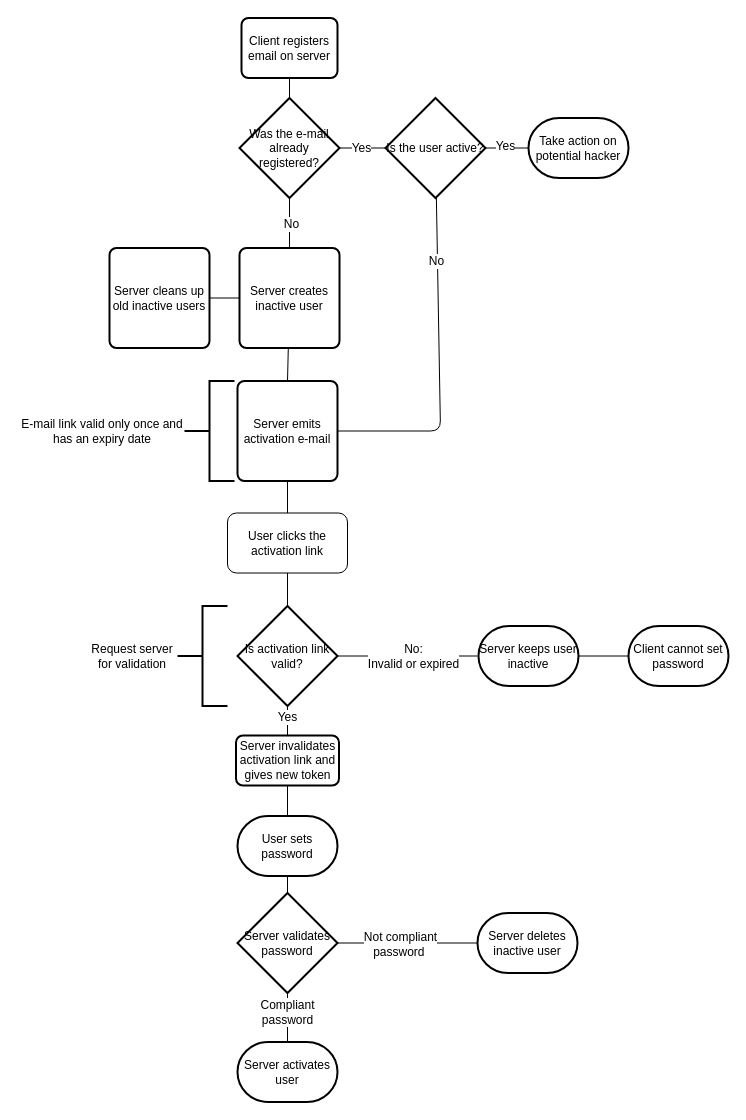
Earlier version of the draw.io diagram features/Authentication/img/UserRegistration.drawio (shopozor/saleor-backend). Source tidied: cells renumbered, new cells numbered last; positions are measured from the earlier drawing's top-left corner, leaving out a move shared by most shapes. Both pictures are drawn from the tidied source at 100%, with x=0, y=0 at pixel (17, 17).
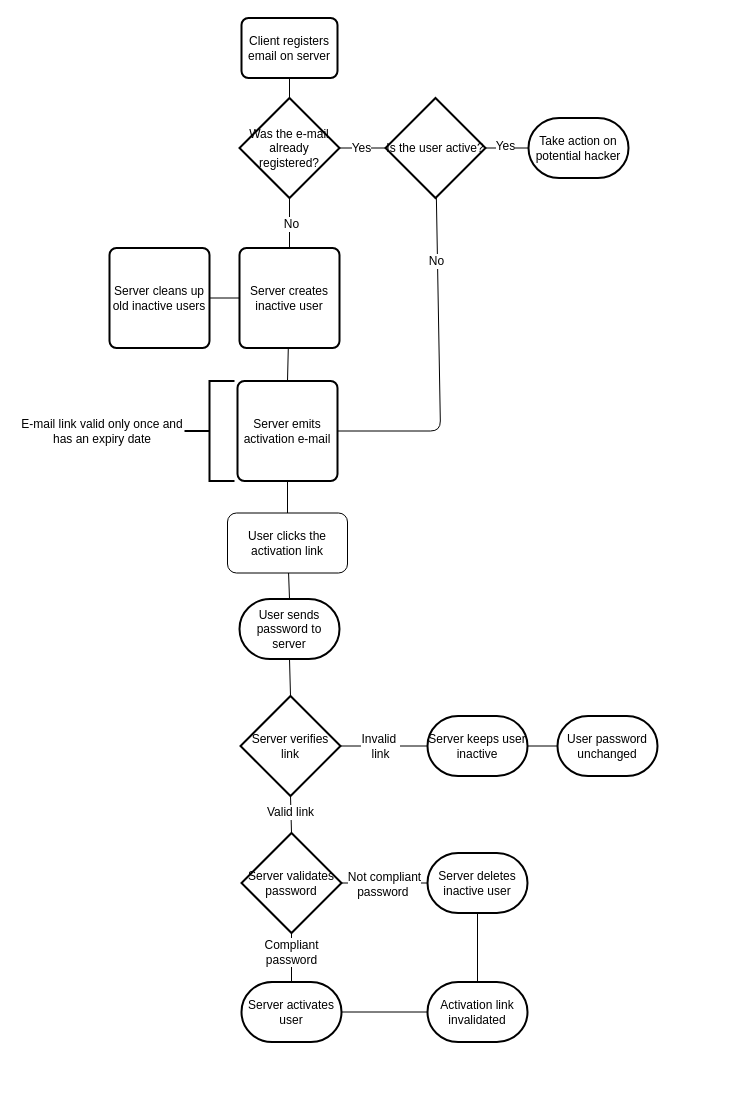
After the change.

Commit message:
Simplify flow chart

The change refers to these unchanged cells:
```xml
<mxCell id="6" value="User clicks the activation link" style="rounded=1;whiteSpace=wrap;html=1;" parent="1" vertex="1">
  <mxGeometry x="210" y="495.5" width="120" height="60" as="geometry" />
</mxCell>
<mxCell id="19" style="endArrow=none;html=1;entryX=0;entryY=0.5;entryDx=0;entryDy=0;entryPerimeter=0;exitX=1;exitY=0.5;exitDx=0;exitDy=0;exitPerimeter=0;" parent="1" edge="1" source="15" target="16">
  <mxGeometry relative="1" as="geometry" />
</mxCell>
```

The edit, as a diff of the source:
```diff
@@
-    <mxCell id="8" value="Is activation link valid?" style="strokeWidth=2;html=1;shape=mxgraph.flowchart.decision;whiteSpace=wrap;" parent="1" vertex="1">
-      <mxGeometry x="220" y="588.5" width="100" height="100" as="geometry" />
+    <mxCell id="8" value="Server verifies link" style="strokeWidth=2;html=1;shape=mxgraph.flowchart.decision;whiteSpace=wrap;" parent="1" vertex="1">
+      <mxGeometry x="223" y="678.5" width="100" height="100" as="geometry" />
     </mxCell>
-    <mxCell id="9" style="endArrow=none;html=1;entryX=0.5;entryY=1;entryDx=0;entryDy=0;exitX=0.5;exitY=0;exitDx=0;exitDy=0;exitPerimeter=0;" parent="1" edge="1" source="8" target="6">
-      <mxGeometry relative="1" as="geometry" />
-    </mxCell>
-    <mxCell id="10" value="User sets password" style="strokeWidth=2;html=1;shape=mxgraph.flowchart.terminator;whiteSpace=wrap;" parent="1" vertex="1">
-      <mxGeometry x="220" y="798.5" width="100" height="60" as="geometry" />
+    <mxCell id="10" value="User sends password to server" style="strokeWidth=2;html=1;shape=mxgraph.flowchart.terminator;whiteSpace=wrap;" parent="1" vertex="1">
+      <mxGeometry x="222" y="581.5" width="100" height="60" as="geometry" />
     </mxCell>
-    <mxCell id="11" style="endArrow=none;html=1;exitX=1;exitY=0.5;exitDx=0;exitDy=0;exitPerimeter=0;entryX=0;entryY=0.5;entryDx=0;entryDy=0;entryPerimeter=0;" parent="1" edge="1" source="8">
-      <mxGeometry relative="1" as="geometry">
-        <mxPoint x="460" y="638.5" as="targetPoint" />
-      </mxGeometry>
+    <mxCell id="11" style="endArrow=none;html=1;exitX=1;exitY=0.5;exitDx=0;exitDy=0;exitPerimeter=0;entryX=0;entryY=0.5;entryDx=0;entryDy=0;entryPerimeter=0;" parent="1" edge="1" source="8" target="25">
+      <mxGeometry relative="1" as="geometry" />
     </mxCell>
-    <mxCell id="12" value="No:&lt;br&gt;Invalid or expired&lt;br&gt;" style="text;html=1;align=center;verticalAlign=middle;labelBackgroundColor=#ffffff;" parent="11" vertex="1">
+    <mxCell id="12" value="Invalid&amp;nbsp;&lt;br&gt;link&lt;br&gt;" style="text;html=1;align=center;verticalAlign=middle;labelBackgroundColor=#ffffff;" parent="11" vertex="1">
       <mxGeometry x="-0.13" y="-3" relative="1" as="geometry">
-        <mxPoint x="14" y="-3" as="offset" />
+        <mxPoint x="1" y="-3" as="offset" />
       </mxGeometry>
     </mxCell>
-    <mxCell id="13" style="endArrow=none;html=1;entryX=0.5;entryY=1;entryDx=0;entryDy=0;entryPerimeter=0;exitX=0.5;exitY=0;exitDx=0;exitDy=0;" parent="1" edge="1" source="44" target="8">
+    <mxCell id="13" style="endArrow=none;html=1;entryX=0.5;entryY=1;entryDx=0;entryDy=0;entryPerimeter=0;exitX=0.5;exitY=0;exitDx=0;exitDy=0;exitPerimeter=0;" parent="1" edge="1" source="15" target="8">
       <mxGeometry relative="1" as="geometry" />
     </mxCell>
-    <mxCell id="14" value="Yes" style="text;html=1;align=center;verticalAlign=middle;labelBackgroundColor=#ffffff;" parent="13" vertex="1">
+    <mxCell id="14" value="Valid link" style="text;html=1;align=center;verticalAlign=middle;labelBackgroundColor=#ffffff;" parent="13" vertex="1">
       <mxGeometry x="-0.51" y="-3" relative="1" as="geometry">
         <mxPoint x="-4" y="-12" as="offset" />
       </mxGeometry>
     </mxCell>
     <mxCell id="15" value="Server validates password" style="strokeWidth=2;html=1;shape=mxgraph.flowchart.decision;whiteSpace=wrap;" parent="1" vertex="1">
-      <mxGeometry x="220" y="875.5" width="100" height="100" as="geometry" />
+      <mxGeometry x="224" y="815.5" width="100" height="100" as="geometry" />
     </mxCell>
     <mxCell id="16" value="Server deletes inactive user" style="strokeWidth=2;html=1;shape=mxgraph.flowchart.terminator;whiteSpace=wrap;" parent="1" vertex="1">
-      <mxGeometry x="460" y="895.5" width="100" height="60" as="geometry" />
+      <mxGeometry x="410" y="835.5" width="100" height="60" as="geometry" />
     </mxCell>
     <mxCell id="17" value="Server activates user" style="strokeWidth=2;html=1;shape=mxgraph.flowchart.terminator;whiteSpace=wrap;" parent="1" vertex="1">
-      <mxGeometry x="220" y="1024.5" width="100" height="60" as="geometry" />
+      <mxGeometry x="224" y="964.5" width="100" height="60" as="geometry" />
     </mxCell>
-    <mxCell id="18" style="endArrow=none;html=1;entryX=0.5;entryY=1;entryDx=0;entryDy=0;entryPerimeter=0;exitX=0.5;exitY=0;exitDx=0;exitDy=0;exitPerimeter=0;" parent="1" edge="1" source="15" target="10">
+    <mxCell id="18" style="endArrow=none;html=1;entryX=0.5;entryY=1;entryDx=0;entryDy=0;entryPerimeter=0;exitX=0.5;exitY=0;exitDx=0;exitDy=0;exitPerimeter=0;" parent="1" edge="1" source="8" target="10">
       <mxGeometry relative="1" as="geometry" />
     </mxCell>
@@
     <mxCell id="20" value="Not compliant&lt;br&gt;password&amp;nbsp;&lt;br&gt;" style="text;html=1;align=center;verticalAlign=middle;labelBackgroundColor=#ffffff;" parent="19" vertex="1">
       <mxGeometry x="0.47" y="-1" relative="1" as="geometry">
-        <mxPoint x="-41" as="offset" />
+        <mxPoint x="-21" as="offset" />
       </mxGeometry>
     </mxCell>
@@
-    <mxCell id="23" style="strokeWidth=2;html=1;shape=mxgraph.flowchart.annotation_2;align=left;" parent="1" vertex="1">
-      <mxGeometry x="160" y="588.5" width="50" height="100" as="geometry" />
-    </mxCell>
-    <mxCell id="24" value="Request server for validation" style="text;html=1;strokeColor=none;fillColor=none;align=center;verticalAlign=middle;whiteSpace=wrap;rounded=0;" parent="1" vertex="1">
-      <mxGeometry x="70" y="608.5" width="90" height="60" as="geometry" />
-    </mxCell>
     <mxCell id="25" value="Server keeps user inactive" style="strokeWidth=2;html=1;shape=mxgraph.flowchart.terminator;whiteSpace=wrap;" parent="1" vertex="1">
-      <mxGeometry x="461" y="608.5" width="100" height="60" as="geometry" />
+      <mxGeometry x="410" y="698.5" width="100" height="60" as="geometry" />
     </mxCell>
@@
-    <mxCell id="42" value="Client cannot set password" style="strokeWidth=2;html=1;shape=mxgraph.flowchart.terminator;whiteSpace=wrap;" parent="1" vertex="1">
-      <mxGeometry x="611" y="608.5" width="100" height="60" as="geometry" />
+    <mxCell id="42" value="User password unchanged" style="strokeWidth=2;html=1;shape=mxgraph.flowchart.terminator;whiteSpace=wrap;" parent="1" vertex="1">
+      <mxGeometry x="540" y="698.5" width="100" height="60" as="geometry" />
     </mxCell>
@@
-    <mxCell id="44" value="Server invalidates activation link and gives new token" style="rounded=1;whiteSpace=wrap;html=1;absoluteArcSize=1;arcSize=14;strokeWidth=2;" parent="1" vertex="1">
-      <mxGeometry x="218.5" y="718" width="103" height="50" as="geometry" />
-    </mxCell>
-    <mxCell id="45" style="endArrow=none;html=1;entryX=0.5;entryY=0;entryDx=0;entryDy=0;entryPerimeter=0;" parent="1" edge="1" source="44" target="10">
-      <mxGeometry relative="1" as="geometry" />
-    </mxCell>
+    <mxCell id="46" style="endArrow=none;html=1;entryX=0.5;entryY=0;entryDx=0;entryDy=0;entryPerimeter=0;" parent="1" edge="1" source="6" target="10">
+      <mxGeometry relative="1" as="geometry" />
+    </mxCell>
+    <mxCell id="47" value="Activation link invalidated" style="strokeWidth=2;html=1;shape=mxgraph.flowchart.terminator;whiteSpace=wrap;" parent="1" vertex="1">
+      <mxGeometry x="410" y="964.5" width="100" height="60" as="geometry" />
+    </mxCell>
+    <mxCell id="48" style="endArrow=none;html=1;entryX=0.5;entryY=0;entryDx=0;entryDy=0;entryPerimeter=0;" parent="1" edge="1" source="16" target="47">
+      <mxGeometry relative="1" as="geometry" />
+    </mxCell>
+    <mxCell id="49" style="endArrow=none;html=1;entryX=0;entryY=0.5;entryDx=0;entryDy=0;entryPerimeter=0;" parent="1" edge="1" source="17" target="47">
+      <mxGeometry relative="1" as="geometry" />
+    </mxCell>
```
